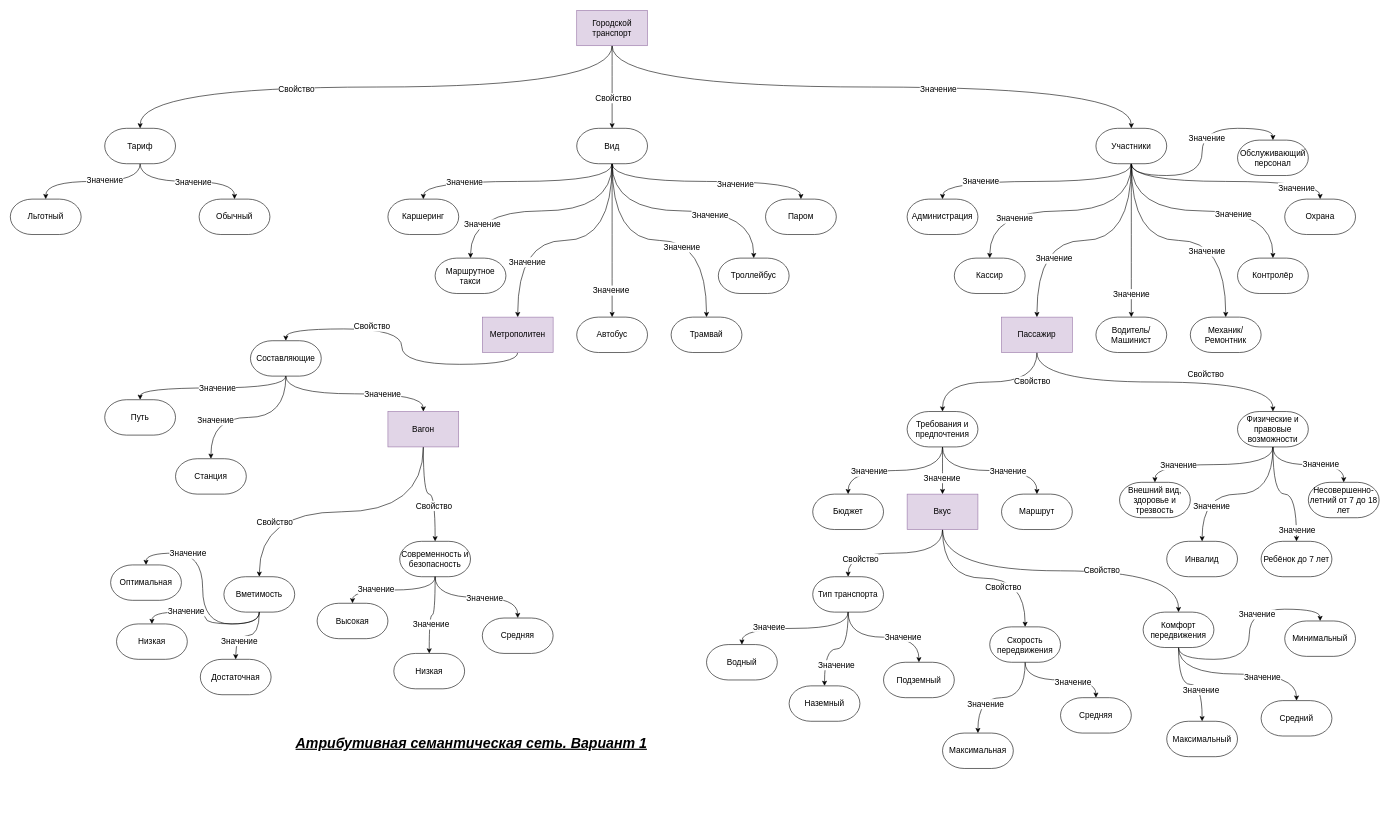
Before: DZ1_1.drawio in DMfananddu/DSM, a draw.io diagram. Source tidied: cells renumbered, new cells numbered last; positions are measured from the earlier drawing's top-left corner, leaving out a move shared by most shapes. Both pictures are drawn from the tidied source at 59%, with x=0, y=0 at pixel (10, 10).
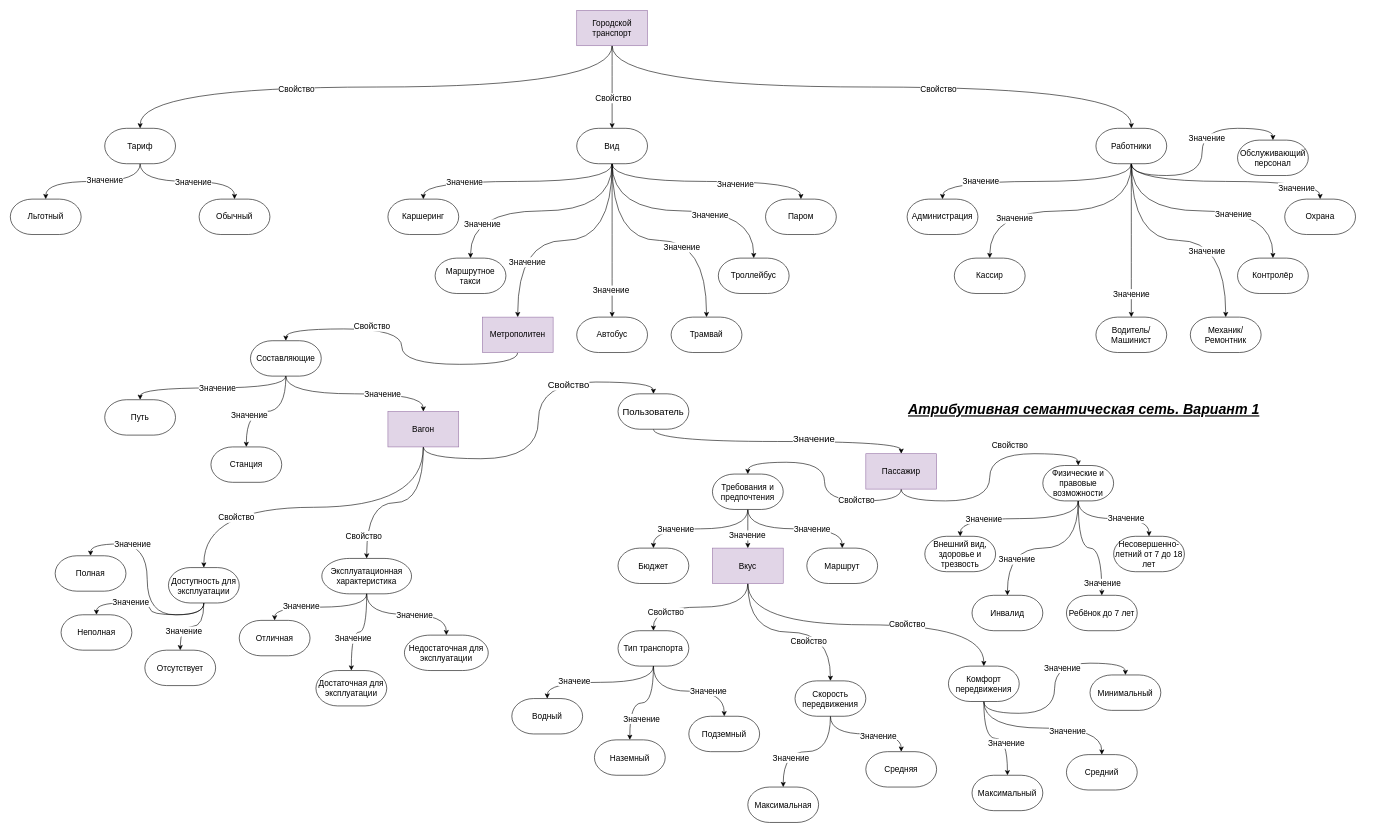
Above is the later version.

The change refers to these unchanged cells:
```xml
<mxCell id="6" style="edgeStyle=orthogonalEdgeStyle;curved=1;rounded=0;jettySize=auto;html=1;exitX=0.5;exitY=1;exitDx=0;exitDy=0;entryX=0.5;entryY=0;entryDx=0;entryDy=0;entryPerimeter=0;fontSize=14;" parent="1" edge="1" source="8" target="46">
  <mxGeometry relative="1" as="geometry" />
</mxCell>
<mxCell id="14" style="edgeStyle=orthogonalEdgeStyle;curved=1;rounded=0;jettySize=auto;html=1;exitX=0.5;exitY=1;exitDx=0;exitDy=0;entryX=0.5;entryY=0;entryDx=0;entryDy=0;entryPerimeter=0;fontSize=14;" parent="1" edge="1" source="16" target="89">
  <mxGeometry relative="1" as="geometry" />
</mxCell>
<mxCell id="16" value="Вагон" style="rounded=0;whiteSpace=wrap;html=1;fillColor=#e1d5e7;strokeColor=#9673a6;fontSize=14;" parent="1" vertex="1">
  <mxGeometry x="640" y="680" width="120" height="60" as="geometry" />
</mxCell>
```

The edit, as a diff of the source:
```diff
@@
-    <mxCell id="7" value="Значение" style="text;html=1;align=center;verticalAlign=middle;labelBackgroundColor=#ffffff;fontSize=14;" parent="6" vertex="1">
+    <mxCell id="7" value="Свойство" style="text;html=1;align=center;verticalAlign=middle;labelBackgroundColor=#ffffff;fontSize=14;" parent="6" vertex="1">
       <mxGeometry x="0.22" y="-3" relative="1" as="geometry" />
     </mxCell>
@@
     <mxCell id="15" value="Свойство" style="text;html=1;align=center;verticalAlign=middle;labelBackgroundColor=#ffffff;fontSize=14;" parent="14" vertex="1">
       <mxGeometry x="0.33" y="-3" relative="1" as="geometry">
-        <mxPoint y="-1" as="offset" />
+        <mxPoint x="-6" y="59" as="offset" />
       </mxGeometry>
     </mxCell>
+    <mxCell id="160" style="edgeStyle=orthogonalEdgeStyle;curved=1;rounded=0;jettySize=auto;html=1;exitX=0.5;exitY=1;exitDx=0;exitDy=0;entryX=0.5;entryY=0;entryDx=0;entryDy=0;entryPerimeter=0;" parent="1" edge="1" source="16" target="163">
+      <mxGeometry relative="1" as="geometry" />
+    </mxCell>
+    <mxCell id="161" value="Свойство" style="text;html=1;align=center;verticalAlign=middle;labelBackgroundColor=#ffffff;fontSize=16;" parent="160" vertex="1">
+      <mxGeometry x="0.41" y="-4" relative="1" as="geometry" />
+    </mxCell>
@@
     <mxCell id="21" value="Пассажир" style="rounded=0;whiteSpace=wrap;html=1;fillColor=#e1d5e7;strokeColor=#9673a6;fontSize=14;" parent="1" vertex="1">
-      <mxGeometry x="1680" y="520" width="120" height="60" as="geometry" />
+      <mxGeometry x="1450" y="751.5" width="120" height="60" as="geometry" />
     </mxCell>
@@
     <mxCell id="28" value="Вкус" style="rounded=0;whiteSpace=wrap;html=1;fillColor=#e1d5e7;strokeColor=#9673a6;fontSize=14;" parent="1" vertex="1">
-      <mxGeometry x="1520" y="820" width="120" height="60" as="geometry" />
+      <mxGeometry x="1190" y="911.5" width="120" height="60" as="geometry" />
     </mxCell>
     <mxCell id="29" value="Атрибутивная семантическая сеть. Вариант 1" style="text;html=1;align=left;verticalAlign=top;spacingTop=-4;fontSize=24;fontStyle=7;" parent="1" vertex="1">
-      <mxGeometry x="482" y="1225" width="270" height="20" as="geometry" />
+      <mxGeometry x="1520" y="660" width="270" height="20" as="geometry" />
     </mxCell>
@@
-    <mxCell id="36" style="edgeStyle=orthogonalEdgeStyle;curved=1;rounded=0;jettySize=auto;html=1;exitX=0.5;exitY=1;exitDx=0;exitDy=0;exitPerimeter=0;entryX=0.5;entryY=0;entryDx=0;entryDy=0;fontSize=14;" parent="1" edge="1" source="46" target="21">
-      <mxGeometry relative="1" as="geometry" />
-    </mxCell>
-    <mxCell id="37" value="Значение" style="text;html=1;align=center;verticalAlign=middle;labelBackgroundColor=#ffffff;fontSize=14;" parent="36" vertex="1">
-      <mxGeometry x="0.52" y="28" relative="1" as="geometry">
-        <mxPoint y="1" as="offset" />
-      </mxGeometry>
-    </mxCell>
@@
-    <mxCell id="46" value="Участники" style="strokeWidth=1;html=1;shape=mxgraph.flowchart.terminator;whiteSpace=wrap;fontSize=14;" parent="1" vertex="1">
+    <mxCell id="46" value="Работники" style="strokeWidth=1;html=1;shape=mxgraph.flowchart.terminator;whiteSpace=wrap;fontSize=14;" parent="1" vertex="1">
       <mxGeometry x="1840" y="200" width="120" height="60" as="geometry" />
     </mxCell>
@@
     <mxCell id="88" value="Требования и предпочтения" style="strokeWidth=1;html=1;shape=mxgraph.flowchart.terminator;whiteSpace=wrap;fontSize=14;" parent="1" vertex="1">
-      <mxGeometry x="1520" y="680" width="120" height="60" as="geometry" />
+      <mxGeometry x="1190" y="786" width="120" height="60" as="geometry" />
     </mxCell>
-    <mxCell id="89" value="Современность и безопасность" style="strokeWidth=1;html=1;shape=mxgraph.flowchart.terminator;whiteSpace=wrap;fontSize=14;" parent="1" vertex="1">
-      <mxGeometry x="660" y="900" width="120" height="60" as="geometry" />
+    <mxCell id="89" value="Эксплуатационная характеристика" style="strokeWidth=1;html=1;shape=mxgraph.flowchart.terminator;whiteSpace=wrap;fontSize=14;" parent="1" vertex="1">
+      <mxGeometry x="528" y="929" width="152" height="60" as="geometry" />
     </mxCell>
@@
-    <mxCell id="96" value="Вметимость" style="strokeWidth=1;html=1;shape=mxgraph.flowchart.terminator;whiteSpace=wrap;fontSize=14;" parent="1" vertex="1">
-      <mxGeometry x="362" y="960" width="120" height="60" as="geometry" />
+    <mxCell id="96" value="Доступность для эксплуатации" style="strokeWidth=1;html=1;shape=mxgraph.flowchart.terminator;whiteSpace=wrap;fontSize=14;" parent="1" vertex="1">
+      <mxGeometry x="268" y="944.5" width="120" height="60" as="geometry" />
     </mxCell>
@@
     <mxCell id="105" value="Физические и правовые возможности" style="strokeWidth=1;html=1;shape=mxgraph.flowchart.terminator;whiteSpace=wrap;fontSize=14;" parent="1" vertex="1">
-      <mxGeometry x="2080" y="680" width="120" height="60" as="geometry" />
+      <mxGeometry x="1750" y="771.5" width="120" height="60" as="geometry" />
     </mxCell>
     <mxCell id="106" value="Бюджет" style="strokeWidth=1;html=1;shape=mxgraph.flowchart.terminator;whiteSpace=wrap;fontSize=14;" parent="1" vertex="1">
-      <mxGeometry x="1360" y="820" width="120" height="60" as="geometry" />
+      <mxGeometry x="1030" y="911.5" width="120" height="60" as="geometry" />
     </mxCell>
     <mxCell id="107" value="Маршрут" style="strokeWidth=1;html=1;shape=mxgraph.flowchart.terminator;whiteSpace=wrap;fontSize=14;" parent="1" vertex="1">
-      <mxGeometry x="1680" y="820" width="120" height="60" as="geometry" />
+      <mxGeometry x="1350" y="911.5" width="120" height="60" as="geometry" />
     </mxCell>
     <mxCell id="108" value="Инвалид" style="strokeWidth=1;html=1;shape=mxgraph.flowchart.terminator;whiteSpace=wrap;fontSize=14;" parent="1" vertex="1">
-      <mxGeometry x="1960" y="900" width="120" height="60" as="geometry" />
+      <mxGeometry x="1630" y="991.5" width="120" height="60" as="geometry" />
     </mxCell>
     <mxCell id="109" value="Ребёнок до 7 лет" style="strokeWidth=1;html=1;shape=mxgraph.flowchart.terminator;whiteSpace=wrap;fontSize=14;" parent="1" vertex="1">
-      <mxGeometry x="2120" y="900" width="120" height="60" as="geometry" />
+      <mxGeometry x="1790" y="991.5" width="120" height="60" as="geometry" />
     </mxCell>
     <mxCell id="110" value="Несовершенно-летний от 7 до 18 лет" style="strokeWidth=1;html=1;shape=mxgraph.flowchart.terminator;whiteSpace=wrap;fontSize=14;" parent="1" vertex="1">
-      <mxGeometry x="2200" y="800" width="120" height="60" as="geometry" />
+      <mxGeometry x="1870" y="891.5" width="120" height="60" as="geometry" />
     </mxCell>
     <mxCell id="111" value="Внешний вид, здоровье и трезвость" style="strokeWidth=1;html=1;shape=mxgraph.flowchart.terminator;whiteSpace=wrap;fontSize=14;" parent="1" vertex="1">
-      <mxGeometry x="1880" y="800" width="120" height="60" as="geometry" />
+      <mxGeometry x="1550" y="891.5" width="120" height="60" as="geometry" />
     </mxCell>
@@
     <mxCell id="118" value="Тип транспорта" style="strokeWidth=1;html=1;shape=mxgraph.flowchart.terminator;whiteSpace=wrap;fontSize=14;" parent="1" vertex="1">
-      <mxGeometry x="1360" y="960" width="120" height="60" as="geometry" />
+      <mxGeometry x="1030" y="1051.5" width="120" height="60" as="geometry" />
     </mxCell>
@@
     <mxCell id="123" value="Скорость передвижения" style="strokeWidth=1;html=1;shape=mxgraph.flowchart.terminator;whiteSpace=wrap;fontSize=14;" parent="1" vertex="1">
-      <mxGeometry x="1660" y="1045" width="120" height="60" as="geometry" />
+      <mxGeometry x="1330" y="1136.5" width="120" height="60" as="geometry" />
     </mxCell>
@@
     <mxCell id="130" value="Комфорт передвижения" style="strokeWidth=1;html=1;shape=mxgraph.flowchart.terminator;whiteSpace=wrap;fontSize=14;" parent="1" vertex="1">
-      <mxGeometry x="1920" y="1020" width="120" height="60" as="geometry" />
+      <mxGeometry x="1590" y="1111.5" width="120" height="60" as="geometry" />
     </mxCell>
     <mxCell id="131" value="Средний" style="strokeWidth=1;html=1;shape=mxgraph.flowchart.terminator;whiteSpace=wrap;fontSize=14;" parent="1" vertex="1">
-      <mxGeometry x="2120" y="1170" width="120" height="60" as="geometry" />
+      <mxGeometry x="1790" y="1261.5" width="120" height="60" as="geometry" />
     </mxCell>
     <mxCell id="132" value="Минимальный" style="strokeWidth=1;html=1;shape=mxgraph.flowchart.terminator;whiteSpace=wrap;fontSize=14;" parent="1" vertex="1">
-      <mxGeometry x="2160" y="1035" width="120" height="60" as="geometry" />
+      <mxGeometry x="1830" y="1126.5" width="120" height="60" as="geometry" />
     </mxCell>
     <mxCell id="133" value="Максимальная" style="strokeWidth=1;html=1;shape=mxgraph.flowchart.terminator;whiteSpace=wrap;fontSize=14;" parent="1" vertex="1">
-      <mxGeometry x="1580" y="1225" width="120" height="60" as="geometry" />
+      <mxGeometry x="1250" y="1316.5" width="120" height="60" as="geometry" />
     </mxCell>
     <mxCell id="134" value="Средняя" style="strokeWidth=1;html=1;shape=mxgraph.flowchart.terminator;whiteSpace=wrap;fontSize=14;" parent="1" vertex="1">
-      <mxGeometry x="1780" y="1165" width="120" height="60" as="geometry" />
+      <mxGeometry x="1450" y="1256.5" width="120" height="60" as="geometry" />
     </mxCell>
     <mxCell id="135" value="Наземный" style="strokeWidth=1;html=1;shape=mxgraph.flowchart.terminator;whiteSpace=wrap;fontSize=14;" parent="1" vertex="1">
-      <mxGeometry x="1320" y="1145" width="120" height="60" as="geometry" />
+      <mxGeometry x="990" y="1236.5" width="120" height="60" as="geometry" />
     </mxCell>
     <mxCell id="136" value="Подземный" style="strokeWidth=1;html=1;shape=mxgraph.flowchart.terminator;whiteSpace=wrap;fontSize=14;" parent="1" vertex="1">
-      <mxGeometry x="1480" y="1105" width="120" height="60" as="geometry" />
+      <mxGeometry x="1150" y="1196.5" width="120" height="60" as="geometry" />
     </mxCell>
     <mxCell id="137" value="Водный" style="strokeWidth=1;html=1;shape=mxgraph.flowchart.terminator;whiteSpace=wrap;fontSize=14;" parent="1" vertex="1">
-      <mxGeometry x="1180" y="1075" width="120" height="60" as="geometry" />
+      <mxGeometry x="850" y="1166.5" width="120" height="60" as="geometry" />
     </mxCell>
     <mxCell id="138" value="Максимальный" style="strokeWidth=1;html=1;shape=mxgraph.flowchart.terminator;whiteSpace=wrap;fontSize=14;" parent="1" vertex="1">
-      <mxGeometry x="1960" y="1205" width="120" height="60" as="geometry" />
+      <mxGeometry x="1630" y="1296.5" width="120" height="60" as="geometry" />
     </mxCell>
@@
     <mxCell id="140" value="Станция" style="strokeWidth=1;html=1;shape=mxgraph.flowchart.terminator;whiteSpace=wrap;fontSize=14;" parent="1" vertex="1">
-      <mxGeometry x="280" y="760" width="120" height="60" as="geometry" />
+      <mxGeometry x="340" y="740" width="120" height="60" as="geometry" />
     </mxCell>
@@
-    <mxCell id="148" value="Достаточная" style="strokeWidth=1;html=1;shape=mxgraph.flowchart.terminator;whiteSpace=wrap;fontSize=14;" parent="1" vertex="1">
-      <mxGeometry x="322" y="1100" width="120" height="60" as="geometry" />
+    <mxCell id="148" value="Отсутствует" style="strokeWidth=1;html=1;shape=mxgraph.flowchart.terminator;whiteSpace=wrap;fontSize=14;" parent="1" vertex="1">
+      <mxGeometry x="228" y="1084.5" width="120" height="60" as="geometry" />
     </mxCell>
-    <mxCell id="149" value="Низкая" style="strokeWidth=1;html=1;shape=mxgraph.flowchart.terminator;whiteSpace=wrap;fontSize=14;" parent="1" vertex="1">
-      <mxGeometry x="180" y="1040" width="120" height="60" as="geometry" />
+    <mxCell id="149" value="Неполная" style="strokeWidth=1;html=1;shape=mxgraph.flowchart.terminator;whiteSpace=wrap;fontSize=14;" parent="1" vertex="1">
+      <mxGeometry x="86" y="1024.5" width="120" height="60" as="geometry" />
     </mxCell>
-    <mxCell id="150" value="Оптимальная" style="strokeWidth=1;html=1;shape=mxgraph.flowchart.terminator;whiteSpace=wrap;fontSize=14;" parent="1" vertex="1">
-      <mxGeometry x="170" y="940" width="120" height="60" as="geometry" />
+    <mxCell id="150" value="Полная" style="strokeWidth=1;html=1;shape=mxgraph.flowchart.terminator;whiteSpace=wrap;fontSize=14;" parent="1" vertex="1">
+      <mxGeometry x="76" y="924.5" width="120" height="60" as="geometry" />
     </mxCell>
@@
-    <mxCell id="157" value="Средняя" style="strokeWidth=1;html=1;shape=mxgraph.flowchart.terminator;whiteSpace=wrap;fontSize=14;" parent="1" vertex="1">
-      <mxGeometry x="800" y="1030" width="120" height="60" as="geometry" />
+    <mxCell id="157" value="Недостаточная для эксплуатации" style="strokeWidth=1;html=1;shape=mxgraph.flowchart.terminator;whiteSpace=wrap;fontSize=14;" parent="1" vertex="1">
+      <mxGeometry x="668" y="1059" width="142" height="60" as="geometry" />
     </mxCell>
-    <mxCell id="158" value="Низкая" style="strokeWidth=1;html=1;shape=mxgraph.flowchart.terminator;whiteSpace=wrap;fontSize=14;" parent="1" vertex="1">
-      <mxGeometry x="650" y="1090" width="120" height="60" as="geometry" />
+    <mxCell id="158" value="Достаточная для эксплуатации" style="strokeWidth=1;html=1;shape=mxgraph.flowchart.terminator;whiteSpace=wrap;fontSize=14;" parent="1" vertex="1">
+      <mxGeometry x="518" y="1119" width="120" height="60" as="geometry" />
     </mxCell>
-    <mxCell id="159" value="Высокая" style="strokeWidth=1;html=1;shape=mxgraph.flowchart.terminator;whiteSpace=wrap;fontSize=14;" parent="1" vertex="1">
-      <mxGeometry x="520" y="1005" width="120" height="60" as="geometry" />
+    <mxCell id="159" value="Отличная" style="strokeWidth=1;html=1;shape=mxgraph.flowchart.terminator;whiteSpace=wrap;fontSize=14;" parent="1" vertex="1">
+      <mxGeometry x="388" y="1034" width="120" height="60" as="geometry" />
     </mxCell>
+    <mxCell id="162" style="edgeStyle=orthogonalEdgeStyle;rounded=0;jettySize=auto;html=1;exitX=0.5;exitY=1;exitDx=0;exitDy=0;exitPerimeter=0;entryX=0.5;entryY=0;entryDx=0;entryDy=0;curved=1;" parent="1" edge="1" source="163" target="21">
+      <mxGeometry relative="1" as="geometry" />
+    </mxCell>
+    <mxCell id="37" value="Значение" style="text;html=1;align=center;verticalAlign=middle;labelBackgroundColor=#ffffff;fontSize=16;" parent="162" vertex="1">
+      <mxGeometry x="0.27" y="5" relative="1" as="geometry">
+        <mxPoint x="-1" as="offset" />
+      </mxGeometry>
+    </mxCell>
+    <mxCell id="163" value="Пользователь" style="strokeWidth=1;html=1;shape=mxgraph.flowchart.terminator;whiteSpace=wrap;fontSize=16;" parent="1" vertex="1">
+      <mxGeometry x="1030" y="650" width="120" height="60" as="geometry" />
+    </mxCell>
```
